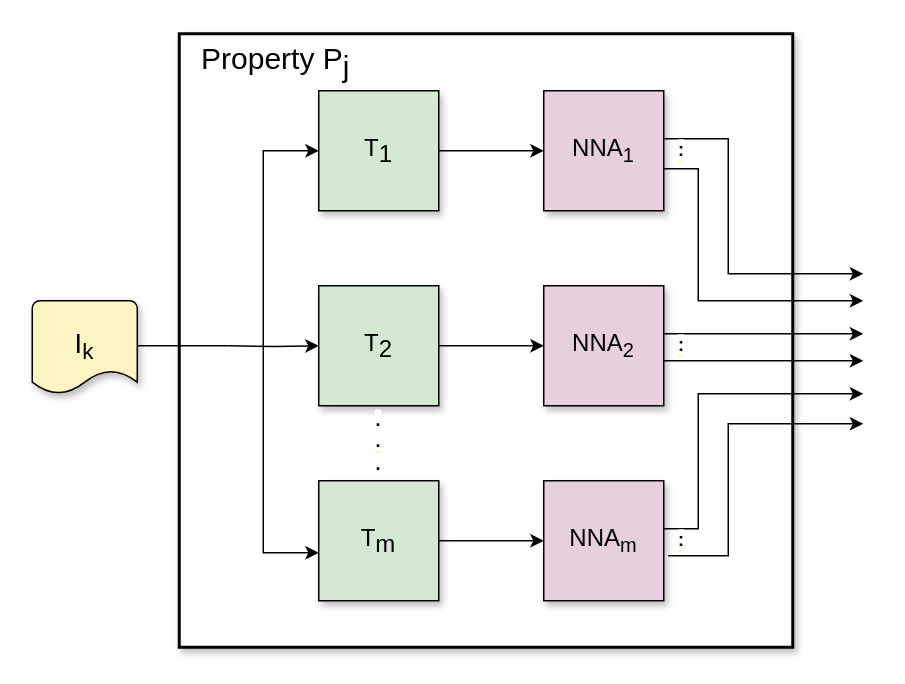
Above: diagrams/property_transforms.drawio in paulwhitten/2021-naecon-xai_methdology_for_handwritten_applications (draw.io), before the change. Source tidied: cells renumbered, new cells numbered last; positions are measured from the earlier drawing's top-left corner, leaving out a move shared by most shapes. Both pictures are drawn from the tidied source at 150%, with x=0, y=0 at pixel (32, 33).
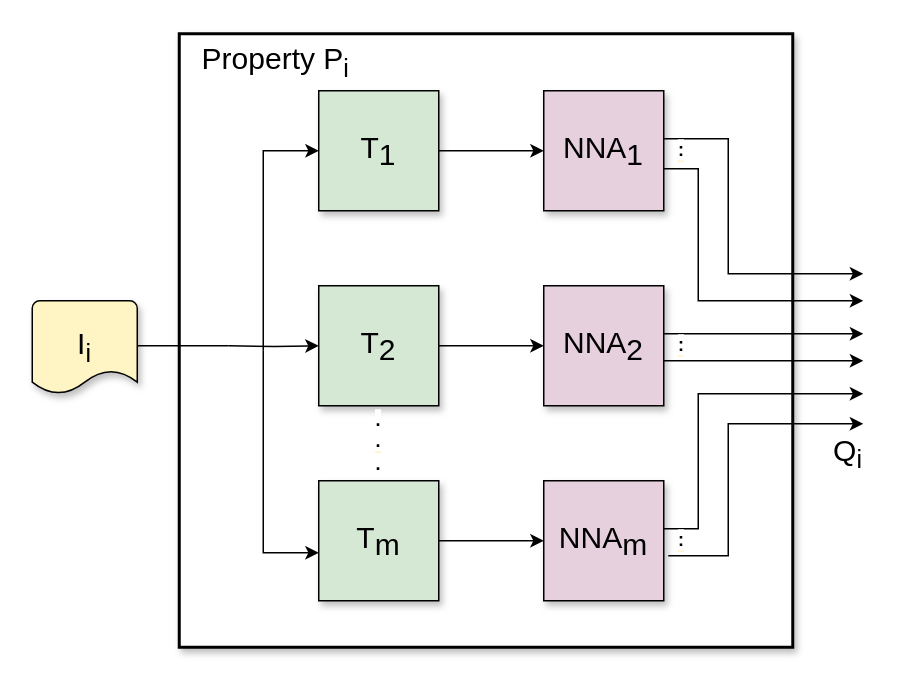
After the change.

Change to the diagram source:
```diff
@@
-    <mxCell id="3" value="&lt;span style=&quot;background-color: rgb(213 , 232 , 212)&quot;&gt;T&lt;sub style=&quot;font-size: 16px&quot;&gt;1&lt;/sub&gt;&lt;/span&gt;" style="whiteSpace=wrap;html=1;fontSize=16;labelBackgroundColor=#D5E8D4;shadow=1;fillColor=#D5E8D4;" parent="1" vertex="1">
+    <mxCell id="3" value="&lt;span style=&quot;background-color: rgb(213, 232, 212); font-size: 20px;&quot;&gt;T&lt;sub style=&quot;font-size: 20px;&quot;&gt;1&lt;/sub&gt;&lt;/span&gt;" style="whiteSpace=wrap;html=1;fontSize=20;labelBackgroundColor=#D5E8D4;shadow=1;fillColor=#D5E8D4;" parent="1" vertex="1">
       <mxGeometry x="191" y="38" width="80" height="80" as="geometry" />
     </mxCell>
-    <mxCell id="4" value="T&lt;sub style=&quot;font-size: 16px;&quot;&gt;2&lt;/sub&gt;" style="whiteSpace=wrap;html=1;fontSize=16;fillColor=#D5E8D4;shadow=1;" parent="1" vertex="1">
+    <mxCell id="4" value="T&lt;sub style=&quot;font-size: 20px;&quot;&gt;2&lt;/sub&gt;" style="whiteSpace=wrap;html=1;fontSize=20;fillColor=#D5E8D4;shadow=1;" parent="1" vertex="1">
       <mxGeometry x="191" y="168" width="80" height="80" as="geometry" />
     </mxCell>
-    <mxCell id="5" value="T&lt;sub style=&quot;font-size: 16px;&quot;&gt;m&lt;/sub&gt;" style="whiteSpace=wrap;html=1;fontSize=16;fillColor=#D5E8D4;shadow=1;" parent="1" vertex="1">
+    <mxCell id="5" value="T&lt;sub style=&quot;font-size: 20px;&quot;&gt;m&lt;/sub&gt;" style="whiteSpace=wrap;html=1;fontSize=20;fillColor=#D5E8D4;shadow=1;" parent="1" vertex="1">
       <mxGeometry x="191" y="298" width="80" height="80" as="geometry" />
     </mxCell>
-    <mxCell id="6" value="&lt;font style=&quot;font-size: 20px&quot;&gt;Property P&lt;sub&gt;&lt;font style=&quot;font-size: 20px&quot;&gt;j&lt;/font&gt;&lt;/sub&gt;&lt;/font&gt;" style="text;html=1;strokeColor=none;fillColor=none;align=center;verticalAlign=middle;whiteSpace=wrap;rounded=0;" parent="1" vertex="1">
+    <mxCell id="6" value="&lt;font style=&quot;font-size: 20px&quot;&gt;Property P&lt;sub&gt;i&lt;/sub&gt;&lt;/font&gt;" style="text;html=1;strokeColor=none;fillColor=none;align=center;verticalAlign=middle;whiteSpace=wrap;rounded=0;" parent="1" vertex="1">
       <mxGeometry x="106" y="9" width="113" height="20" as="geometry" />
     </mxCell>
@@
-    <mxCell id="11" value="NNA&lt;sub&gt;1&lt;/sub&gt;" style="whiteSpace=wrap;html=1;fontSize=16;shadow=1;fillColor=#E6D0DE;" parent="1" vertex="1">
+    <mxCell id="11" value="NNA&lt;sub style=&quot;font-size: 20px;&quot;&gt;1&lt;/sub&gt;" style="whiteSpace=wrap;html=1;fontSize=20;shadow=1;fillColor=#E6D0DE;" parent="1" vertex="1">
       <mxGeometry x="341" y="38" width="80" height="80" as="geometry" />
     </mxCell>
-    <mxCell id="12" value="NNA&lt;sub&gt;2&lt;/sub&gt;" style="whiteSpace=wrap;html=1;fontSize=16;shadow=1;fillColor=#E6D0DE;" parent="1" vertex="1">
+    <mxCell id="12" value="NNA&lt;sub style=&quot;font-size: 20px;&quot;&gt;2&lt;/sub&gt;" style="whiteSpace=wrap;html=1;fontSize=20;shadow=1;fillColor=#E6D0DE;" parent="1" vertex="1">
       <mxGeometry x="341" y="168" width="80" height="80" as="geometry" />
     </mxCell>
-    <mxCell id="13" value="NNA&lt;sub&gt;m&lt;/sub&gt;" style="whiteSpace=wrap;html=1;fontSize=16;shadow=1;fillColor=#E6D0DE;" parent="1" vertex="1">
+    <mxCell id="13" value="NNA&lt;sub style=&quot;font-size: 20px;&quot;&gt;m&lt;/sub&gt;" style="whiteSpace=wrap;html=1;fontSize=20;shadow=1;fillColor=#E6D0DE;" parent="1" vertex="1">
       <mxGeometry x="341" y="298" width="80" height="80" as="geometry" />
     </mxCell>
@@
-    <mxCell id="20" value="&lt;span style=&quot;font-size: 18px&quot;&gt;I&lt;sub&gt;k&lt;/sub&gt;&lt;/span&gt;" style="strokeWidth=1;html=1;shape=mxgraph.flowchart.document2;whiteSpace=wrap;size=0.25;rounded=0;shadow=1;labelBackgroundColor=#FFF4C3;sketch=0;fontSize=10;fontColor=#000000;fillColor=#FFF4C3;" parent="1" vertex="1">
+    <mxCell id="20" value="&lt;font style=&quot;font-size: 20px&quot;&gt;I&lt;sub&gt;i&lt;/sub&gt;&lt;/font&gt;" style="strokeWidth=1;html=1;shape=mxgraph.flowchart.document2;whiteSpace=wrap;size=0.25;rounded=0;shadow=1;labelBackgroundColor=#FFF4C3;sketch=0;fontSize=10;fontColor=#000000;fillColor=#FFF4C3;" parent="1" vertex="1">
       <mxGeometry y="178" width="70" height="62" as="geometry" />
     </mxCell>
@@
+    <mxCell id="28" value="&lt;font style=&quot;font-size: 20px&quot;&gt;Q&lt;sub&gt;i&lt;/sub&gt;&lt;/font&gt;" style="text;html=1;strokeColor=none;fillColor=none;align=center;verticalAlign=middle;whiteSpace=wrap;rounded=0;fontSize=18;" parent="1" vertex="1">
+      <mxGeometry x="524" y="270" width="40" height="20" as="geometry" />
+    </mxCell>
```
